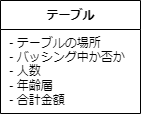
Before: psp4/クラス図/クラス図_テーブル.drawio.png, a diagram exported from draw.io (MasakiHiguchi/---). Source tidied: cells renumbered, new cells last; positions are measured from the earlier drawing's top-left corner, leaving out a move shared by most shapes.
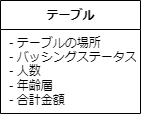
After the change.

The edit, as a diff of the source:
```diff
@@ -5,7 +5,7 @@
     <mxCell id="2" value="テーブル" style="swimlane;fontStyle=1;align=center;verticalAlign=middle;horizontal=1;startSize=29;html=1;" parent="1" vertex="1">
       <mxGeometry width="140" height="113" as="geometry" />
     </mxCell>
-    <mxCell id="3" value="&amp;nbsp;- テーブルの場所&lt;br&gt;&amp;nbsp;- バッシング中か否か&lt;br&gt;&amp;nbsp;- 人数&lt;br&gt;&amp;nbsp;- 年齢層&lt;br&gt;&amp;nbsp;- 合計金額" style="text;html=1;strokeColor=none;fillColor=none;align=left;verticalAlign=middle;spacingLeft=4;spacingRight=4;overflow=hidden;" parent="2" vertex="1">
+    <mxCell id="3" value="&amp;nbsp;- テーブルの場所&lt;br&gt;&amp;nbsp;- バッシングステータス&lt;br&gt;&amp;nbsp;- 人数&lt;br&gt;&amp;nbsp;- 年齢層&lt;br&gt;&amp;nbsp;- 合計金額" style="text;html=1;strokeColor=none;fillColor=none;align=left;verticalAlign=middle;spacingLeft=4;spacingRight=4;overflow=hidden;" parent="2" vertex="1">
       <mxGeometry y="29" width="140" height="84" as="geometry" />
     </mxCell>
   </root>
```
